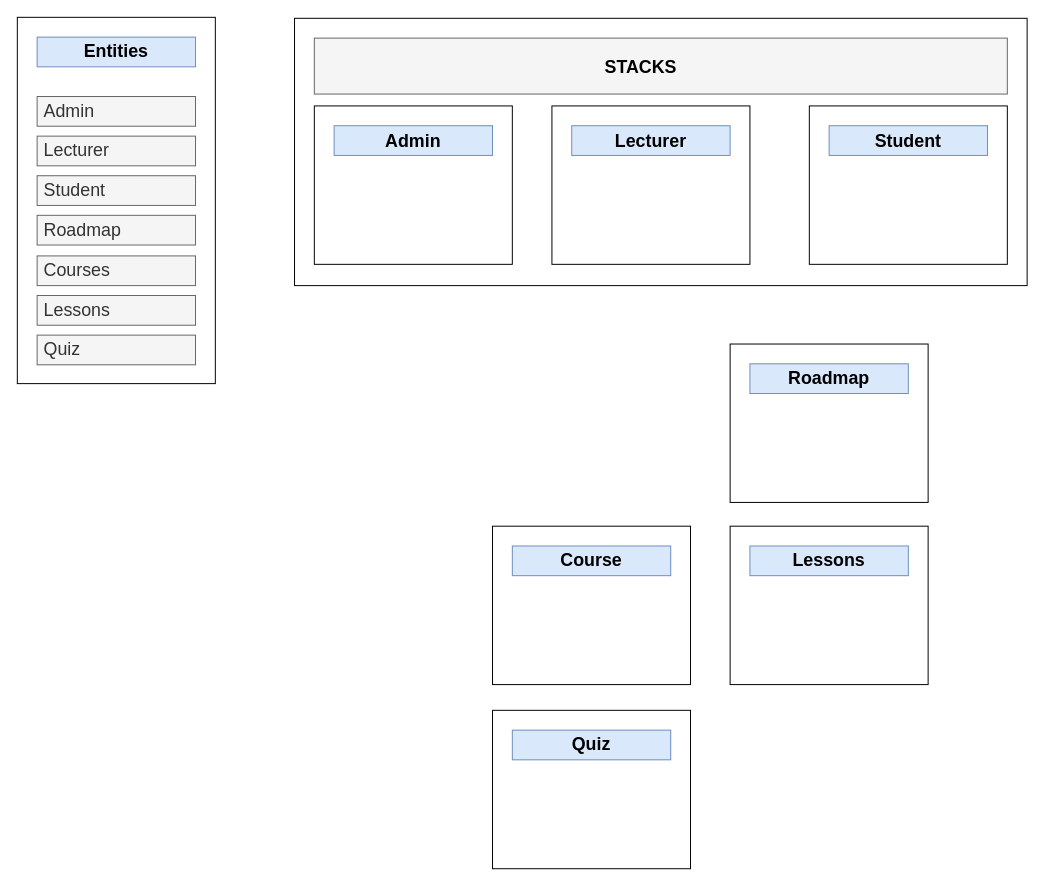
The draw.io diagram codehance/Untitled Diagram.drawio in kingsley-ijomah/draw.io, before the edit. Source tidied: cells renumbered, new cells numbered last; positions are measured from the earlier drawing's top-left corner, leaving out a move shared by most shapes. Both pictures are drawn from the tidied source at 99%, with x=0, y=0 at pixel (17, 17).
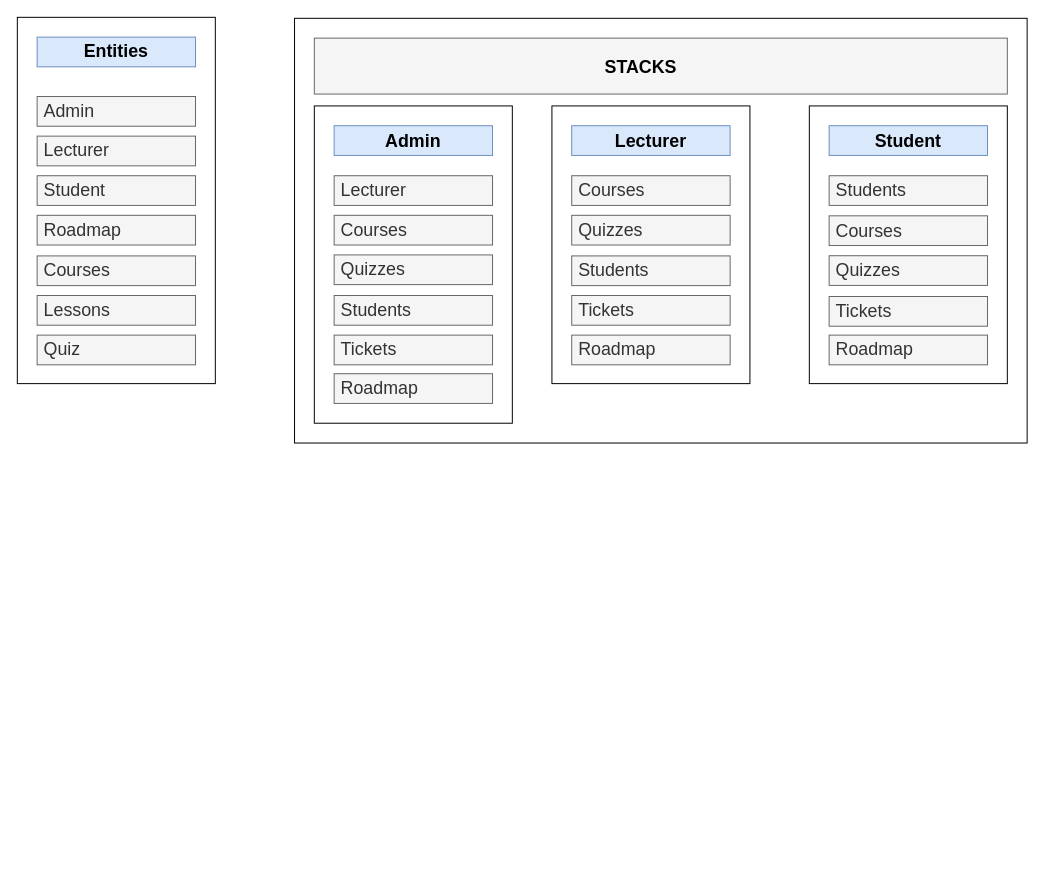
Above is the later version.

What changed in the source:
```diff
@@
     <mxCell id="2" style="rounded=0;whiteSpace=wrap;html=1;align=left;" parent="1" vertex="1">
-      <mxGeometry x="280" y="1" width="740" height="270" as="geometry" />
+      <mxGeometry x="280" y="1" width="740" height="429" as="geometry" />
     </mxCell>
@@
     <mxCell id="12" style="rounded=0;whiteSpace=wrap;html=1;align=left;" parent="1" vertex="1">
-      <mxGeometry x="300" y="89.5" width="200" height="160" as="geometry" />
+      <mxGeometry x="300" y="89.5" width="200" height="320.5" as="geometry" />
     </mxCell>
@@
     <mxCell id="14" style="rounded=0;whiteSpace=wrap;html=1;align=left;" parent="1" vertex="1">
-      <mxGeometry x="540" y="89.5" width="200" height="160" as="geometry" />
+      <mxGeometry x="540" y="89.5" width="200" height="280.5" as="geometry" />
     </mxCell>
@@
     <mxCell id="16" style="rounded=0;whiteSpace=wrap;html=1;align=left;" parent="1" vertex="1">
-      <mxGeometry x="800" y="89.5" width="200" height="160" as="geometry" />
+      <mxGeometry x="800" y="89.5" width="200" height="280.5" as="geometry" />
     </mxCell>
@@
-    <mxCell id="18" style="rounded=0;whiteSpace=wrap;html=1;align=left;" parent="1" vertex="1">
-      <mxGeometry x="720" y="330" width="200" height="160" as="geometry" />
-    </mxCell>
-    <mxCell id="19" value="&lt;b&gt;&lt;font style=&quot;font-size: 18px;&quot;&gt;Roadmap&lt;/font&gt;&lt;/b&gt;" style="text;html=1;strokeColor=#6c8ebf;fillColor=#dae8fc;align=center;verticalAlign=middle;whiteSpace=wrap;rounded=0;" parent="1" vertex="1">
-      <mxGeometry x="740" y="350" width="160" height="30" as="geometry" />
-    </mxCell>
-    <mxCell id="20" style="rounded=0;whiteSpace=wrap;html=1;align=left;" parent="1" vertex="1">
-      <mxGeometry x="480" y="514" width="200" height="160" as="geometry" />
-    </mxCell>
-    <mxCell id="21" value="&lt;b&gt;&lt;font style=&quot;font-size: 18px;&quot;&gt;Course&lt;/font&gt;&lt;/b&gt;" style="text;html=1;strokeColor=#6c8ebf;fillColor=#dae8fc;align=center;verticalAlign=middle;whiteSpace=wrap;rounded=0;" parent="1" vertex="1">
-      <mxGeometry x="500" y="534" width="160" height="30" as="geometry" />
-    </mxCell>
-    <mxCell id="22" style="rounded=0;whiteSpace=wrap;html=1;align=left;" parent="1" vertex="1">
-      <mxGeometry x="720" y="514" width="200" height="160" as="geometry" />
-    </mxCell>
-    <mxCell id="23" value="&lt;b&gt;&lt;font style=&quot;font-size: 18px;&quot;&gt;Lessons&lt;/font&gt;&lt;/b&gt;" style="text;html=1;strokeColor=#6c8ebf;fillColor=#dae8fc;align=center;verticalAlign=middle;whiteSpace=wrap;rounded=0;" parent="1" vertex="1">
-      <mxGeometry x="740" y="534" width="160" height="30" as="geometry" />
-    </mxCell>
-    <mxCell id="24" style="rounded=0;whiteSpace=wrap;html=1;align=left;" parent="1" vertex="1">
-      <mxGeometry x="480" y="700" width="200" height="160" as="geometry" />
-    </mxCell>
-    <mxCell id="25" value="&lt;span style=&quot;font-size: 18px;&quot;&gt;&lt;b&gt;Quiz&lt;/b&gt;&lt;/span&gt;" style="text;html=1;strokeColor=#6c8ebf;fillColor=#dae8fc;align=center;verticalAlign=middle;whiteSpace=wrap;rounded=0;" parent="1" vertex="1">
-      <mxGeometry x="500" y="720" width="160" height="30" as="geometry" />
-    </mxCell>
@@
+    <mxCell id="28" value="&amp;nbsp;Courses" style="text;html=1;strokeColor=#666666;fillColor=#f5f5f5;align=left;verticalAlign=middle;whiteSpace=wrap;rounded=0;fontSize=18;fontColor=#333333;" parent="1" vertex="1">
+      <mxGeometry x="560" y="160" width="160" height="30" as="geometry" />
+    </mxCell>
+    <mxCell id="29" value="&amp;nbsp;Quizzes" style="text;html=1;strokeColor=#666666;fillColor=#f5f5f5;align=left;verticalAlign=middle;whiteSpace=wrap;rounded=0;fontSize=18;fontColor=#333333;" parent="1" vertex="1">
+      <mxGeometry x="560" y="200" width="160" height="30" as="geometry" />
+    </mxCell>
+    <mxCell id="30" value="&amp;nbsp;Students" style="text;html=1;strokeColor=#666666;fillColor=#f5f5f5;align=left;verticalAlign=middle;whiteSpace=wrap;rounded=0;fontSize=18;fontColor=#333333;" parent="1" vertex="1">
+      <mxGeometry x="560" y="241" width="160" height="30" as="geometry" />
+    </mxCell>
+    <mxCell id="31" value="&amp;nbsp;Tickets" style="text;html=1;strokeColor=#666666;fillColor=#f5f5f5;align=left;verticalAlign=middle;whiteSpace=wrap;rounded=0;fontSize=18;fontColor=#333333;" parent="1" vertex="1">
+      <mxGeometry x="560" y="281" width="160" height="30" as="geometry" />
+    </mxCell>
+    <mxCell id="32" value="&amp;nbsp;Courses" style="text;html=1;strokeColor=#666666;fillColor=#f5f5f5;align=left;verticalAlign=middle;whiteSpace=wrap;rounded=0;fontSize=18;fontColor=#333333;" parent="1" vertex="1">
+      <mxGeometry x="820" y="200.5" width="160" height="30" as="geometry" />
+    </mxCell>
+    <mxCell id="33" value="&amp;nbsp;Quizzes" style="text;html=1;strokeColor=#666666;fillColor=#f5f5f5;align=left;verticalAlign=middle;whiteSpace=wrap;rounded=0;fontSize=18;fontColor=#333333;" parent="1" vertex="1">
+      <mxGeometry x="820" y="240.8" width="160" height="30" as="geometry" />
+    </mxCell>
+    <mxCell id="34" value="&amp;nbsp;Tickets" style="text;html=1;strokeColor=#666666;fillColor=#f5f5f5;align=left;verticalAlign=middle;whiteSpace=wrap;rounded=0;fontSize=18;fontColor=#333333;" parent="1" vertex="1">
+      <mxGeometry x="820" y="282" width="160" height="30" as="geometry" />
+    </mxCell>
+    <mxCell id="35" value="&amp;nbsp;Students" style="text;html=1;strokeColor=#666666;fillColor=#f5f5f5;align=left;verticalAlign=middle;whiteSpace=wrap;rounded=0;fontSize=18;fontColor=#333333;" parent="1" vertex="1">
+      <mxGeometry x="820" y="160" width="160" height="30" as="geometry" />
+    </mxCell>
+    <mxCell id="36" value="&amp;nbsp;Lecturer" style="text;html=1;strokeColor=#666666;fillColor=#f5f5f5;align=left;verticalAlign=middle;whiteSpace=wrap;rounded=0;fontSize=18;fontColor=#333333;" parent="1" vertex="1">
+      <mxGeometry x="320" y="160" width="160" height="30" as="geometry" />
+    </mxCell>
+    <mxCell id="37" value="&amp;nbsp;Courses" style="text;html=1;strokeColor=#666666;fillColor=#f5f5f5;align=left;verticalAlign=middle;whiteSpace=wrap;rounded=0;fontSize=18;fontColor=#333333;" parent="1" vertex="1">
+      <mxGeometry x="320" y="200" width="160" height="30" as="geometry" />
+    </mxCell>
+    <mxCell id="38" value="&amp;nbsp;Quizzes" style="text;html=1;strokeColor=#666666;fillColor=#f5f5f5;align=left;verticalAlign=middle;whiteSpace=wrap;rounded=0;fontSize=18;fontColor=#333333;" parent="1" vertex="1">
+      <mxGeometry x="320" y="240" width="160" height="30" as="geometry" />
+    </mxCell>
+    <mxCell id="39" value="&amp;nbsp;Students" style="text;html=1;strokeColor=#666666;fillColor=#f5f5f5;align=left;verticalAlign=middle;whiteSpace=wrap;rounded=0;fontSize=18;fontColor=#333333;" parent="1" vertex="1">
+      <mxGeometry x="320" y="281" width="160" height="30" as="geometry" />
+    </mxCell>
+    <mxCell id="40" value="&amp;nbsp;Tickets" style="text;html=1;strokeColor=#666666;fillColor=#f5f5f5;align=left;verticalAlign=middle;whiteSpace=wrap;rounded=0;fontSize=18;fontColor=#333333;" parent="1" vertex="1">
+      <mxGeometry x="320" y="321" width="160" height="30" as="geometry" />
+    </mxCell>
+    <mxCell id="41" value="&amp;nbsp;Roadmap" style="text;html=1;strokeColor=#666666;fillColor=#f5f5f5;align=left;verticalAlign=middle;whiteSpace=wrap;rounded=0;fontSize=18;fontColor=#333333;" parent="1" vertex="1">
+      <mxGeometry x="320" y="360" width="160" height="30" as="geometry" />
+    </mxCell>
+    <mxCell id="42" value="&amp;nbsp;Roadmap" style="text;html=1;strokeColor=#666666;fillColor=#f5f5f5;align=left;verticalAlign=middle;whiteSpace=wrap;rounded=0;fontSize=18;fontColor=#333333;" parent="1" vertex="1">
+      <mxGeometry x="560" y="321" width="160" height="30" as="geometry" />
+    </mxCell>
+    <mxCell id="43" value="&amp;nbsp;Roadmap" style="text;html=1;strokeColor=#666666;fillColor=#f5f5f5;align=left;verticalAlign=middle;whiteSpace=wrap;rounded=0;fontSize=18;fontColor=#333333;" parent="1" vertex="1">
+      <mxGeometry x="820" y="321" width="160" height="30" as="geometry" />
+    </mxCell>
```
